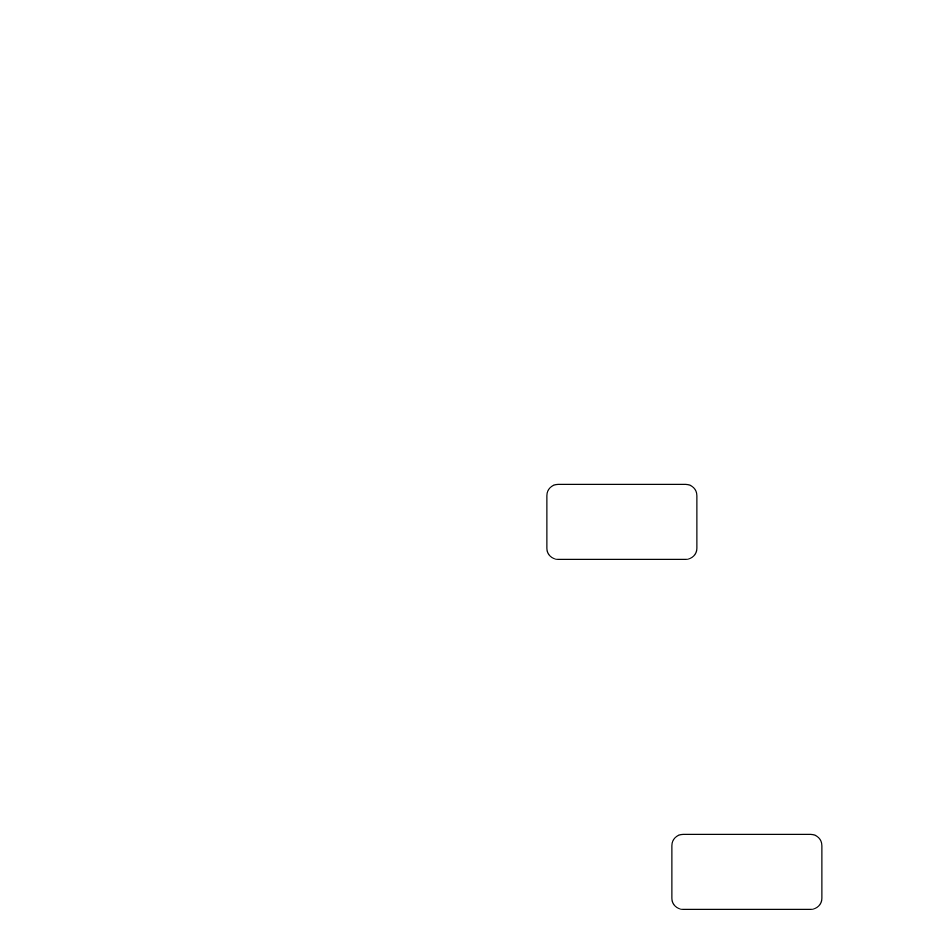
This is page "architecure" (1 of 4) of dsa-cli.drawio from NeneWang/000-draw-diagrams, a draw.io file, before an edit. Source tidied: cells renumbered, new cells numbered last; positions are measured from the earlier drawing's top-left corner, leaving out a move shared by most shapes. Both pictures are drawn from the tidied source at 125%, with x=0, y=0 at pixel (546, 484).
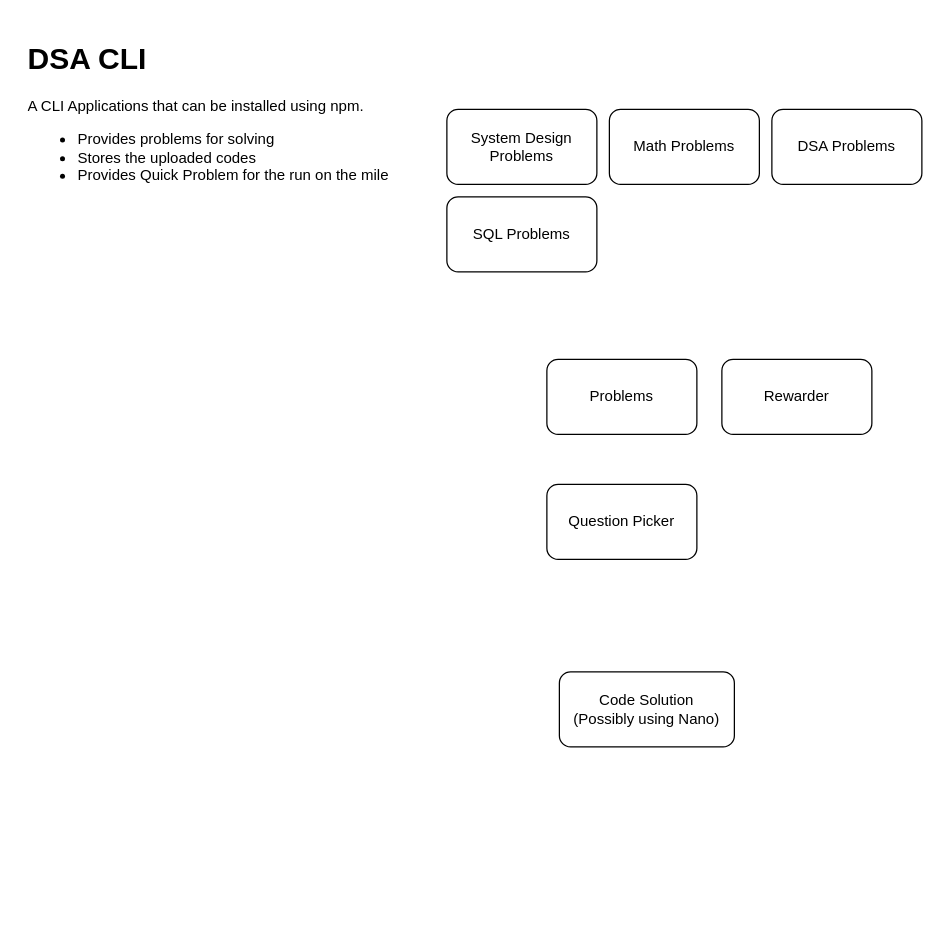
The same diagram, later.

Diff of the diagram source:
```diff
@@
 <mxGraphModel>
   <root>
     <mxCell id="0" />
     <mxCell id="1" parent="0" />
-    <mxCell id="2" style="rounded=1;whiteSpace=wrap;html=1;" parent="1" vertex="1">
-      <mxGeometry x="100" y="280" width="120" height="60" as="geometry" />
-    </mxCell>
-    <mxCell id="3" style="rounded=1;whiteSpace=wrap;html=1;" parent="1" vertex="1">
+    <mxCell id="3" value="Question Picker" style="rounded=1;whiteSpace=wrap;html=1;gradientColor=none;fillColor=none;" parent="1" vertex="1">
       <mxGeometry width="120" height="60" as="geometry" />
     </mxCell>
+    <mxCell id="4" value="&lt;h1&gt;DSA CLI&lt;/h1&gt;&lt;p&gt;A CLI Applications that can be installed using npm.&amp;nbsp;&lt;/p&gt;&lt;p&gt;&lt;/p&gt;&lt;ul&gt;&lt;li&gt;Provides problems for solving&lt;/li&gt;&lt;li&gt;Stores the uploaded codes&lt;/li&gt;&lt;li&gt;Provides Quick Problem for the run on the mile&lt;/li&gt;&lt;/ul&gt;&lt;p&gt;&lt;/p&gt;" style="text;html=1;strokeColor=none;fillColor=none;spacing=5;spacingTop=-20;whiteSpace=wrap;overflow=hidden;rounded=0;" parent="1" vertex="1">
+      <mxGeometry x="-420" y="-360" width="320" height="220" as="geometry" />
+    </mxCell>
+    <mxCell id="5" value="Code Solution&lt;br&gt;(Possibly using Nano)" style="rounded=1;whiteSpace=wrap;html=1;gradientColor=none;fillColor=none;" parent="1" vertex="1">
+      <mxGeometry x="10" y="150" width="140" height="60" as="geometry" />
+    </mxCell>
+    <mxCell id="6" value="DSA Problems" style="rounded=1;whiteSpace=wrap;html=1;gradientColor=none;fillColor=none;" parent="1" vertex="1">
+      <mxGeometry x="180" y="-300" width="120" height="60" as="geometry" />
+    </mxCell>
+    <mxCell id="7" value="Math Problems" style="rounded=1;whiteSpace=wrap;html=1;gradientColor=none;fillColor=none;" parent="1" vertex="1">
+      <mxGeometry x="50" y="-300" width="120" height="60" as="geometry" />
+    </mxCell>
+    <mxCell id="8" value="System Design Problems" style="rounded=1;whiteSpace=wrap;html=1;gradientColor=none;fillColor=none;" parent="1" vertex="1">
+      <mxGeometry x="-80" y="-300" width="120" height="60" as="geometry" />
+    </mxCell>
+    <mxCell id="9" value="SQL Problems" style="rounded=1;whiteSpace=wrap;html=1;gradientColor=none;fillColor=none;" parent="1" vertex="1">
+      <mxGeometry x="-80" y="-230" width="120" height="60" as="geometry" />
+    </mxCell>
+    <mxCell id="10" value="Problems" style="rounded=1;whiteSpace=wrap;html=1;gradientColor=none;fillColor=none;" parent="1" vertex="1">
+      <mxGeometry y="-100" width="120" height="60" as="geometry" />
+    </mxCell>
+    <mxCell id="11" value="Rewarder" style="rounded=1;whiteSpace=wrap;html=1;gradientColor=none;fillColor=none;" parent="1" vertex="1">
+      <mxGeometry x="140" y="-100" width="120" height="60" as="geometry" />
+    </mxCell>
   </root>
 </mxGraphModel>
```
